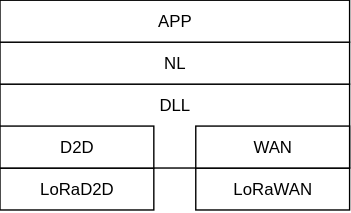
Mikkelnn/ES8-Project keeps this draw.io diagram as Figures/systemDesign/OSI_layers.svg. Above is the earlier version. Source tidied: cells renumbered, new cells last; positions are measured from the earlier drawing's top-left corner, leaving out a move shared by most shapes. Its diagram source:
```xml
<mxGraphModel>
  <root>
    <mxCell id="0" />
    <mxCell id="1" parent="0" />
    <mxCell id="2" value="LoRaD2D" style="rounded=0;whiteSpace=wrap;html=1;" parent="1" vertex="1">
      <mxGeometry y="120" width="110" height="30" as="geometry" />
    </mxCell>
    <mxCell id="3" value="LoRaWAN" style="rounded=0;whiteSpace=wrap;html=1;" parent="1" vertex="1">
      <mxGeometry x="140" y="120" width="110" height="30" as="geometry" />
    </mxCell>
    <mxCell id="4" style="group;" parent="1" vertex="1">
      <mxGeometry y="60" width="250" height="60" as="geometry" />
    </mxCell>
    <mxCell id="5" style="rounded=0;whiteSpace=wrap;html=1;" parent="4" vertex="1">
      <mxGeometry width="250" height="60" as="geometry" />
    </mxCell>
    <mxCell id="6" value="D2D" style="rounded=0;whiteSpace=wrap;html=1;" parent="4" vertex="1">
      <mxGeometry y="30" width="110" height="30" as="geometry" />
    </mxCell>
    <mxCell id="7" value="WAN" style="rounded=0;whiteSpace=wrap;html=1;" parent="4" vertex="1">
      <mxGeometry x="140" y="30" width="110" height="30" as="geometry" />
    </mxCell>
    <mxCell id="8" value="DLL" style="text;html=1;whiteSpace=wrap;strokeColor=none;fillColor=none;align=center;verticalAlign=middle;rounded=0;" parent="4" vertex="1">
      <mxGeometry width="250" height="30" as="geometry" />
    </mxCell>
    <mxCell id="9" value="NL" style="rounded=0;whiteSpace=wrap;html=1;" parent="1" vertex="1">
      <mxGeometry y="30" width="250" height="30" as="geometry" />
    </mxCell>
    <mxCell id="10" value="APP" style="rounded=0;whiteSpace=wrap;html=1;" parent="1" vertex="1">
      <mxGeometry width="250" height="30" as="geometry" />
    </mxCell>
  </root>
</mxGraphModel>
```
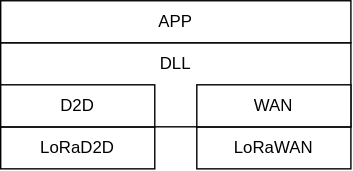
After the change.

Commit message:
Updated osi layer

What changed in the source:
```diff
@@ -23,11 +23,8 @@
     <mxCell id="8" value="DLL" style="text;html=1;whiteSpace=wrap;strokeColor=none;fillColor=none;align=center;verticalAlign=middle;rounded=0;" parent="4" vertex="1">
       <mxGeometry width="250" height="30" as="geometry" />
     </mxCell>
-    <mxCell id="9" value="NL" style="rounded=0;whiteSpace=wrap;html=1;" parent="1" vertex="1">
+    <mxCell id="9" value="APP" style="rounded=0;whiteSpace=wrap;html=1;" parent="1" vertex="1">
       <mxGeometry y="30" width="250" height="30" as="geometry" />
     </mxCell>
-    <mxCell id="10" value="APP" style="rounded=0;whiteSpace=wrap;html=1;" parent="1" vertex="1">
-      <mxGeometry width="250" height="30" as="geometry" />
-    </mxCell>
   </root>
 </mxGraphModel>
```
